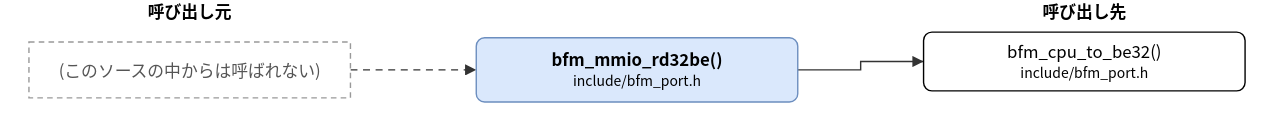
hf355051012-ai/bfmem keeps this draw.io diagram as doc/spec/images/call_include_bfm_port__bfm_mmio_rd32be.drawio.svg. Above is the earlier version. Source tidied: cells renumbered, new cells last; positions are measured from the earlier drawing's top-left corner, leaving out a move shared by most shapes. Its diagram source:
```xml
<mxGraphModel>
  <root>
    <mxCell id="0" />
    <mxCell id="1" parent="0" />
    <mxCell id="2" value="bfm_mmio_rd32be()&lt;br&gt;&lt;font style=&quot;font-size:10px&quot;&gt;include/bfm_port.h&lt;/font&gt;" style="rounded=1;whiteSpace=wrap;html=1;fillColor=#dae8fc;strokeColor=#6c8ebf;fontStyle=1;" parent="1" vertex="1">
      <mxGeometry x="320" y="27" width="230" height="46" as="geometry" />
    </mxCell>
    <mxCell id="3" value="bfm_cpu_to_be32()&lt;br&gt;&lt;font style=&quot;font-size:10px&quot;&gt;include/bfm_port.h&lt;/font&gt;" style="rounded=1;whiteSpace=wrap;html=1;" parent="1" vertex="1">
      <mxGeometry x="640" y="23" width="230" height="42" as="geometry" />
    </mxCell>
    <mxCell id="4" value="(このソースの中からは呼ばれない)" style="rounded=0;whiteSpace=wrap;html=1;dashed=1;strokeColor=#999999;fontColor=#555555;dashed=1;" parent="1" vertex="1">
      <mxGeometry y="30" width="230" height="40" as="geometry" />
    </mxCell>
    <mxCell id="5" style="edgeStyle=none;html=1;rounded=0;endArrow=block;endFill=1;exitX=1.0000;exitY=0.5000;exitDx=0;exitDy=0;exitPerimeter=0;entryX=0.0000;entryY=0.5000;entryDx=0;entryDy=0;entryPerimeter=0;" parent="1" edge="1" source="2" target="3">
      <mxGeometry relative="1" as="geometry">
        <Array as="points">
          <mxPoint x="595" y="50" />
          <mxPoint x="595" y="44" />
        </Array>
      </mxGeometry>
    </mxCell>
    <mxCell id="6" style="edgeStyle=none;html=1;rounded=0;endArrow=block;endFill=1;exitX=1.0000;exitY=0.5000;exitDx=0;exitDy=0;exitPerimeter=0;entryX=0.0000;entryY=0.5000;entryDx=0;entryDy=0;entryPerimeter=0;dashed=1;" parent="1" edge="1" source="4" target="2">
      <mxGeometry relative="1" as="geometry" />
    </mxCell>
    <mxCell id="7" value="呼び出し元" style="text;html=1;align=center;fontStyle=1;" parent="1" vertex="1">
      <mxGeometry x="35" width="160" height="18" as="geometry" />
    </mxCell>
    <mxCell id="8" value="呼び出し先" style="text;html=1;align=center;fontStyle=1;" parent="1" vertex="1">
      <mxGeometry x="675" width="160" height="18" as="geometry" />
    </mxCell>
  </root>
</mxGraphModel>
```
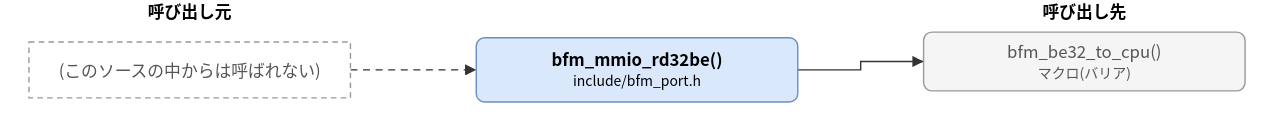
Later version of the same file.

Diff of the diagram source:
```diff
@@ -5,7 +5,7 @@
     <mxCell id="2" value="bfm_mmio_rd32be()&lt;br&gt;&lt;font style=&quot;font-size:10px&quot;&gt;include/bfm_port.h&lt;/font&gt;" style="rounded=1;whiteSpace=wrap;html=1;fillColor=#dae8fc;strokeColor=#6c8ebf;fontStyle=1;" parent="1" vertex="1">
       <mxGeometry x="320" y="27" width="230" height="46" as="geometry" />
     </mxCell>
-    <mxCell id="3" value="bfm_cpu_to_be32()&lt;br&gt;&lt;font style=&quot;font-size:10px&quot;&gt;include/bfm_port.h&lt;/font&gt;" style="rounded=1;whiteSpace=wrap;html=1;" parent="1" vertex="1">
+    <mxCell id="3" value="bfm_be32_to_cpu()&lt;br&gt;&lt;font style=&quot;font-size:10px&quot;&gt;マクロ(バリア)&lt;/font&gt;" style="rounded=1;whiteSpace=wrap;html=1;fillColor=#f5f5f5;strokeColor=#999999;fontColor=#555555;" parent="1" vertex="1">
       <mxGeometry x="640" y="23" width="230" height="42" as="geometry" />
     </mxCell>
     <mxCell id="4" value="(このソースの中からは呼ばれない)" style="rounded=0;whiteSpace=wrap;html=1;dashed=1;strokeColor=#999999;fontColor=#555555;dashed=1;" parent="1" vertex="1">
```
